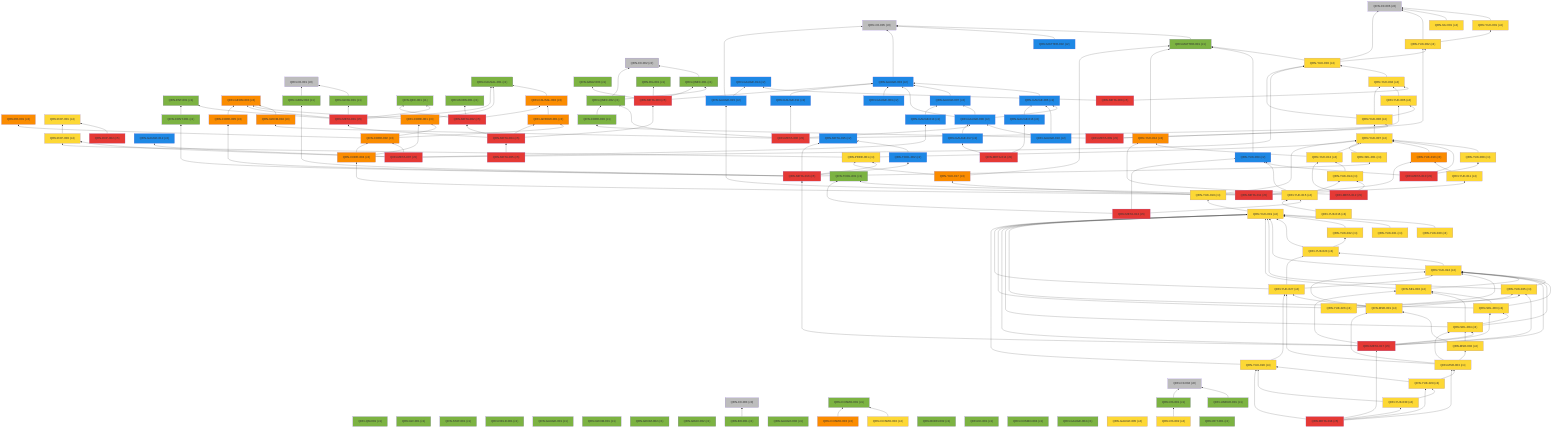
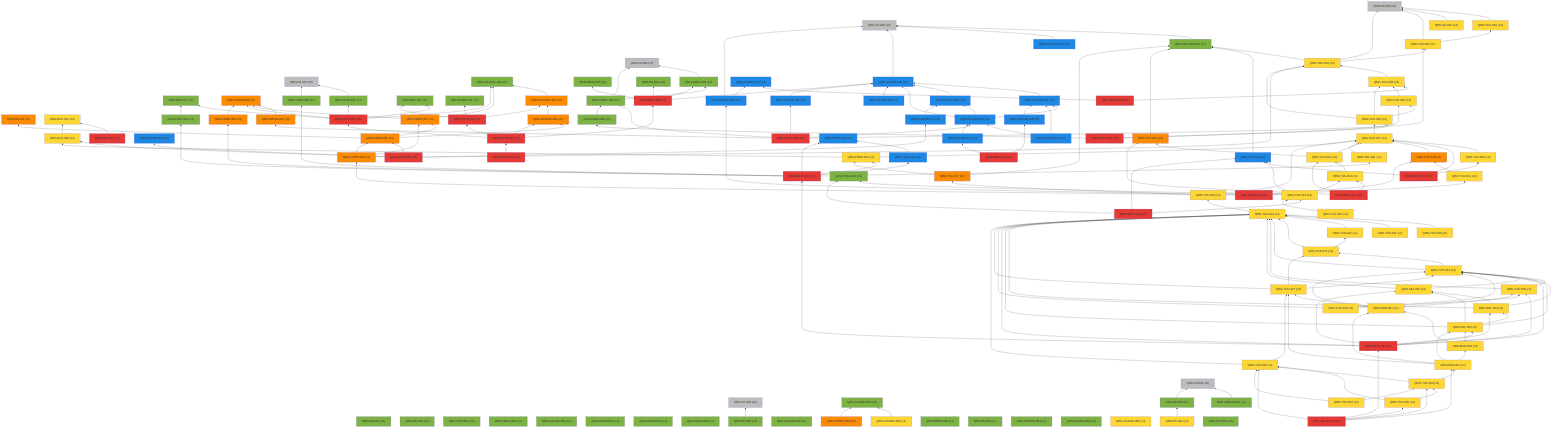
%% 自動生成 (dag/report.pl) — QRN 主張依存グラフ
graph BT
  QRN_C0_001["QRN-C0-001 (c0)"]:::c0
  QRN_C0_002["QRN-C0-002 (c0)"]:::c0
  QRN_C0_003["QRN-C0-003 (c0)"]:::c0
  QRN_C0_004["QRN-C0-004 (c0)"]:::c0
  QRN_C0_005["QRN-C0-005 (c0)"]:::c0
  QRN_C0_006["QRN-C0-006 (c0)"]:::c0
  QRN_QM_001["QRN-QM-001 (c1)"]:::c1
  QRN_GR_001["QRN-GR-001 (c1)"]:::c1
  QRN_STAT_001["QRN-STAT-001 (c1)"]:::c1
  QRN_FIELD_001["QRN-FIELD-001 (c1)"]:::c1
  QRN_GAUGE_001["QRN-GAUGE-001 (c1)"]:::c1
  QRN_ENT_001["QRN-ENT-001 (c1)"]:::c1
  QRN_GEOM_001["QRN-GEOM-001 (c1)"]:::c1
  QRN_GEOM_002["QRN-GEOM-002 (c1)"]:::c1
  QRN_GEOM_003["QRN-GEOM-003 (c3)"]:::c3
  QRN_GRAV_001["QRN-GRAV-001 (c1)"]:::c1
  QRN_GRAV_002["QRN-GRAV-002 (c1)"]:::c1
  QRN_BH_001["QRN-BH-001 (c1)"]:::c1
  QRN_CAUSAL_001["QRN-CAUSAL-001 (c1)"]:::c1
  QRN_CAUSAL_002["QRN-CAUSAL-002 (c3)"]:::c3
  QRN_ER_001["QRN-ER-001 (c3)"]:::c3
  QRN_QEC_001["QRN-QEC-001 (c1)"]:::c1
  QRN_GAUGE_002["QRN-GAUGE-002 (c1)"]:::c1
  QRN_COSMO_001["QRN-COSMO-001 (c1)"]:::c1
  QRN_COSMO_002["QRN-COSMO-002 (c4)"]:::c4
  QRN_COSMO_003["QRN-COSMO-003 (c3)"]:::c3
  QRN_BORN_001["QRN-BORN-001 (c1)"]:::c1
  QRN_BORN_002["QRN-BORN-002 (c1)"]:::c1
  QRN_GRAV_003["QRN-GRAV-003 (c1)"]:::c1
  QRN_KK_001["QRN-KK-001 (c1)"]:::c1
  QRN_MATTER_001["QRN-MATTER-001 (c1)"]:::c1
  QRN_MATTER_002["QRN-MATTER-002 (c2)"]:::c2
  QRN_COSMO_004["QRN-COSMO-004 (c1)"]:::c1
  QRN_EXP_001["QRN-EXP-001 (c4)"]:::c4
  QRN_GAUGE_003["QRN-GAUGE-003 (c2)"]:::c2
  QRN_GAUGE_004["QRN-GAUGE-004 (c1)"]:::c1
  QRN_GAUGE_005["QRN-GAUGE-005 (c4)"]:::c4
  QRN_YUK_001["QRN-YUK-001 (c4)"]:::c4
  QRN_RG_001["QRN-RG-001 (c1)"]:::c1
  QRN_UNRUH_001["QRN-UNRUH-001 (c1)"]:::c1
  QRN_QNEC_001["QRN-QNEC-001 (c1)"]:::c1
  QRN_NU_001["QRN-NU-001 (c4)"]:::c4
  QRN_GAUGE_006["QRN-GAUGE-006 (c2)"]:::c2
  QRN_DS_001["QRN-DS-001 (c1)"]:::c1
  QRN_DS_002["QRN-DS-002 (c4)"]:::c4
  QRN_ARROW_001["QRN-ARROW-001 (c3)"]:::c3
  QRN_GAUGE_007["QRN-GAUGE-007 (c2)"]:::c2
  QRN_EFT_001["QRN-EFT-001 (c1)"]:::c1
  QRN_GAUGE_008["QRN-GAUGE-008 (c2)"]:::c2
  QRN_GAUGE_009["QRN-GAUGE-009 (c2)"]:::c2
  QRN_GAUGE_010["QRN-GAUGE-010 (c2)"]:::c2
  QRN_QNEC_002["QRN-QNEC-002 (c1)"]:::c1
  QRN_GEOM_004["QRN-GEOM-004 (c3)"]:::c3
  QRN_YUK_002["QRN-YUK-002 (c4)"]:::c4
  QRN_EXP_002["QRN-EXP-002 (c5)"]:::c5
  QRN_CORE_001["QRN-CORE-001 (c3)"]:::c3
  QRN_GAUGE_011["QRN-GAUGE-011 (c2)"]:::c2
  QRN_GAUGE_012["QRN-GAUGE-012 (c2)"]:::c2
  QRN_YUK_003["QRN-YUK-003 (c4)"]:::c4
  QRN_EXP_003["QRN-EXP-003 (c4)"]:::c4
  QRN_CORE_002["QRN-CORE-002 (c3)"]:::c3
  QRN_GAUGE_013["QRN-GAUGE-013 (c2)"]:::c2
  QRN_YUK_004["QRN-YUK-004 (c4)"]:::c4
  QRN_GAUGE_014["QRN-GAUGE-014 (c2)"]:::c2
  QRN_META_001["QRN-META-001 (c5)"]:::c5
  QRN_META_002["QRN-META-002 (c5)"]:::c5
  QRN_META_003["QRN-META-003 (c5)"]:::c5
  QRN_META_004["QRN-META-004 (c5)"]:::c5
  QRN_META_005["QRN-META-005 (c5)"]:::c5
  QRN_META_006["QRN-META-006 (c5)"]:::c5
  QRN_META_007["QRN-META-007 (c5)"]:::c5
  QRN_META_008["QRN-META-008 (c5)"]:::c5
  QRN_YUK_005["QRN-YUK-005 (c4)"]:::c4
  QRN_YUK_006["QRN-YUK-006 (c4)"]:::c4
  QRN_CORE_003["QRN-CORE-003 (c1)"]:::c1
  QRN_META_009["QRN-META-009 (c5)"]:::c5
  QRN_YUK_007["QRN-YUK-007 (c4)"]:::c4
  QRN_YUK_008["QRN-YUK-008 (c4)"]:::c4
  QRN_YUK_009["QRN-YUK-009 (c2)"]:::c2
  QRN_META_010["QRN-META-010 (c5)"]:::c5
  QRN_GAUGE_015["QRN-GAUGE-015 (c2)"]:::c2
  QRN_YUK_010["QRN-YUK-010 (c3)"]:::c3
  QRN_YUK_011["QRN-YUK-011 (c4)"]:::c4
  QRN_CORE_004["QRN-CORE-004 (c3)"]:::c3
  QRN_META_011["QRN-META-011 (c5)"]:::c5
  QRN_YUK_012["QRN-YUK-012 (c3)"]:::c3
  QRN_YUK_013["QRN-YUK-013 (c4)"]:::c4
  QRN_YUK_014["QRN-YUK-014 (c4)"]:::c4
  QRN_META_012["QRN-META-012 (c5)"]:::c5
  QRN_TOOL_001["QRN-TOOL-001 (c1)"]:::c1
  QRN_YUK_015["QRN-YUK-015 (c4)"]:::c4
  QRN_META_013["QRN-META-013 (c5)"]:::c5
  QRN_GAUGE_016["QRN-GAUGE-016 (c2)"]:::c2
  QRN_GAUGE_017["QRN-GAUGE-017 (c2)"]:::c2
  QRN_META_014["QRN-META-014 (c5)"]:::c5
  QRN_META_015["QRN-META-015 (c2)"]:::c2
  QRN_TOOL_002["QRN-TOOL-002 (c2)"]:::c2
  QRN_CORE_005["QRN-CORE-005 (c3)"]:::c3
  QRN_CONT_001["QRN-CONT-001 (c1)"]:::c1
  QRN_SEL_001["QRN-SEL-001 (c4)"]:::c4
  QRN_GRAV_004["QRN-GRAV-004 (c1)"]:::c1
  QRN_PRED_001["QRN-PRED-001 (c4)"]:::c4
  QRN_META_016["QRN-META-016 (c5)"]:::c5
  QRN_YUK_016["QRN-YUK-016 (c4)"]:::c4
  QRN_YUK_017["QRN-YUK-017 (c3)"]:::c3
  QRN_YUK_018["QRN-YUK-018 (c4)"]:::c4
  QRN_YUK_019["QRN-YUK-019 (c4)"]:::c4
  QRN_YUK_020["QRN-YUK-020 (c4)"]:::c4
  QRN_YUK_021["QRN-YUK-021 (c4)"]:::c4
  QRN_YUK_022["QRN-YUK-022 (c4)"]:::c4
  QRN_YUK_023["QRN-YUK-023 (c4)"]:::c4
  QRN_YUK_024["QRN-YUK-024 (c4)"]:::c4
  QRN_YUK_025["QRN-YUK-025 (c4)"]:::c4
  QRN_SEL_002["QRN-SEL-002 (c4)"]:::c4
  QRN_SEL_003["QRN-SEL-003 (c4)"]:::c4
  QRN_SEL_004["QRN-SEL-004 (c4)"]:::c4
  QRN_META_017["QRN-META-017 (c5)"]:::c5
  QRN_YUK_026["QRN-YUK-026 (c4)"]:::c4
  QRN_YUK_027["QRN-YUK-027 (c4)"]:::c4
  QRN_MSR_001["QRN-MSR-001 (c4)"]:::c4
  QRN_MSR_002["QRN-MSR-002 (c4)"]:::c4
  QRN_MSR_003["QRN-MSR-003 (c4)"]:::c4
  QRN_YUK_028["QRN-YUK-028 (c4)"]:::c4
  QRN_YUK_029["QRN-YUK-029 (c4)"]:::c4
  QRN_YUK_030["QRN-YUK-030 (c4)"]:::c4
  QRN_META_018["QRN-META-018 (c5)"]:::c5
+   QRN_YUK_031["QRN-YUK-031 (c4)"]:::c4
  QRN_GRAV_001 --> QRN_C0_001
  QRN_BH_001 --> QRN_C0_003
  QRN_CAUSAL_002 --> QRN_CAUSAL_001
  QRN_COSMO_002 --> QRN_COSMO_001
  QRN_COSMO_003 --> QRN_COSMO_001
  QRN_MATTER_001 --> QRN_C0_005
  QRN_MATTER_002 --> QRN_C0_005
  QRN_GAUGE_003 --> QRN_C0_005
  QRN_YUK_001 --> QRN_C0_006
  QRN_UNRUH_001 --> QRN_C0_004
  QRN_QNEC_001 --> QRN_C0_002
  QRN_NU_001 --> QRN_C0_006
  QRN_GAUGE_006 --> QRN_GAUGE_003
  QRN_DS_001 --> QRN_C0_004
  QRN_DS_002 --> QRN_DS_001
  QRN_ARROW_001 --> QRN_CAUSAL_002
  QRN_GAUGE_007 --> QRN_GAUGE_003
  QRN_GAUGE_008 --> QRN_GAUGE_003
  QRN_GAUGE_008 --> QRN_GAUGE_006
  QRN_GAUGE_008 --> QRN_GAUGE_007
  QRN_GAUGE_009 --> QRN_GAUGE_003
  QRN_GAUGE_010 --> QRN_GAUGE_006
  QRN_GAUGE_010 --> QRN_GAUGE_008
  QRN_QNEC_002 --> QRN_C0_002
  QRN_QNEC_002 --> QRN_QNEC_001
  QRN_GEOM_004 --> QRN_GEOM_003
  QRN_YUK_002 --> QRN_C0_006
  QRN_YUK_002 --> QRN_YUK_001
  QRN_EXP_002 --> QRN_EXP_001
  QRN_CORE_001 --> QRN_GEOM_003
  QRN_CORE_001 --> QRN_CAUSAL_001
  QRN_GAUGE_011 --> QRN_GAUGE_003
  QRN_YUK_003 --> QRN_C0_006
  QRN_YUK_003 --> QRN_MATTER_001
  QRN_YUK_003 --> QRN_YUK_002
  QRN_EXP_003 --> QRN_EXP_001
  QRN_CORE_002 --> QRN_CORE_001
  QRN_CORE_002 --> QRN_ER_001
  QRN_CORE_002 --> QRN_ARROW_001
  QRN_GAUGE_013 --> QRN_GAUGE_007
  QRN_YUK_004 --> QRN_YUK_003
  QRN_META_001 --> QRN_GEOM_003
  QRN_META_001 --> QRN_GRAV_001
  QRN_META_001 --> QRN_CAUSAL_001
  QRN_META_001 --> QRN_QEC_001
  QRN_META_001 --> QRN_ENT_001
  QRN_META_002 --> QRN_QEC_001
  QRN_META_002 --> QRN_BORN_001
  QRN_META_002 --> QRN_CAUSAL_002
  QRN_META_003 --> QRN_GAUGE_003
  QRN_META_003 --> QRN_RG_001
  QRN_META_003 --> QRN_QNEC_001
  QRN_META_003 --> QRN_GRAV_003
  QRN_META_004 --> QRN_META_001
  QRN_META_004 --> QRN_META_002
  QRN_META_004 --> QRN_META_003
  QRN_META_004 --> QRN_ARROW_001
  QRN_META_005 --> QRN_META_004
  QRN_META_006 --> QRN_GAUGE_008
  QRN_META_006 --> QRN_QNEC_002
  QRN_META_006 --> QRN_GEOM_004
  QRN_META_006 --> QRN_YUK_002
  QRN_META_006 --> QRN_GAUGE_011
  QRN_META_007 --> QRN_GAUGE_012
  QRN_META_007 --> QRN_YUK_003
  QRN_META_007 --> QRN_EXP_003
  QRN_META_007 --> QRN_CORE_002
  QRN_META_007 --> QRN_GAUGE_013
  QRN_META_008 --> QRN_YUK_004
  QRN_META_008 --> QRN_GAUGE_014
  QRN_YUK_005 --> QRN_YUK_004
  QRN_YUK_006 --> QRN_YUK_003
  QRN_YUK_006 --> QRN_YUK_004
  QRN_YUK_006 --> QRN_YUK_005
  QRN_CORE_003 --> QRN_QNEC_002
  QRN_META_009 --> QRN_YUK_005
  QRN_META_009 --> QRN_YUK_006
  QRN_META_009 --> QRN_CORE_003
  QRN_YUK_007 --> QRN_YUK_006
  QRN_YUK_008 --> QRN_YUK_007
  QRN_YUK_009 --> QRN_MATTER_001
  QRN_META_010 --> QRN_YUK_007
  QRN_META_010 --> QRN_YUK_008
  QRN_META_010 --> QRN_YUK_009
  QRN_GAUGE_015 --> QRN_C0_005
  QRN_GAUGE_015 --> QRN_GAUGE_014
  QRN_YUK_010 --> QRN_YUK_007
  QRN_YUK_011 --> QRN_YUK_010
  QRN_CORE_004 --> QRN_CORE_001
  QRN_CORE_004 --> QRN_CORE_002
  QRN_META_011 --> QRN_GAUGE_015
  QRN_META_011 --> QRN_YUK_010
  QRN_META_011 --> QRN_YUK_011
  QRN_META_011 --> QRN_CORE_004
  QRN_YUK_012 --> QRN_MATTER_001
  QRN_YUK_013 --> QRN_YUK_012
  QRN_YUK_013 --> QRN_YUK_007
  QRN_YUK_014 --> QRN_YUK_013
  QRN_META_012 --> QRN_YUK_012
  QRN_META_012 --> QRN_YUK_013
  QRN_META_012 --> QRN_YUK_014
  QRN_YUK_015 --> QRN_YUK_014
  QRN_YUK_015 --> QRN_TOOL_001
  QRN_YUK_015 --> QRN_YUK_009
  QRN_META_013 --> QRN_YUK_015
  QRN_META_013 --> QRN_TOOL_001
  QRN_META_013 --> QRN_YUK_009
  QRN_GAUGE_016 --> QRN_GAUGE_006
  QRN_GAUGE_017 --> QRN_GAUGE_008
  QRN_META_014 --> QRN_GAUGE_016
  QRN_META_014 --> QRN_GAUGE_017
  QRN_TOOL_002 --> QRN_META_015
  QRN_CORE_005 --> QRN_GEOM_003
  QRN_CONT_001 --> QRN_ENT_001
  QRN_SEL_001 --> QRN_YUK_007
  QRN_GRAV_004 --> QRN_C0_001
  QRN_PRED_001 --> QRN_YUK_007
  QRN_PRED_001 --> QRN_EXP_003
  QRN_META_016 --> QRN_META_015
  QRN_META_016 --> QRN_TOOL_002
  QRN_META_016 --> QRN_CORE_005
  QRN_META_016 --> QRN_CONT_001
  QRN_META_016 --> QRN_SEL_001
  QRN_META_016 --> QRN_GRAV_004
  QRN_META_016 --> QRN_PRED_001
  QRN_YUK_016 --> QRN_YUK_015
  QRN_YUK_017 --> QRN_MATTER_001
  QRN_YUK_017 --> QRN_PRED_001
  QRN_YUK_018 --> QRN_YUK_017
  QRN_YUK_018 --> QRN_YUK_007
  QRN_YUK_019 --> QRN_YUK_018
  QRN_YUK_020 --> QRN_YUK_019
  QRN_YUK_021 --> QRN_YUK_019
  QRN_YUK_022 --> QRN_YUK_019
  QRN_YUK_023 --> QRN_YUK_019
  QRN_YUK_023 --> QRN_YUK_022
  QRN_YUK_024 --> QRN_YUK_019
  QRN_YUK_024 --> QRN_YUK_023
  QRN_YUK_025 --> QRN_YUK_019
  QRN_YUK_025 --> QRN_YUK_024
  QRN_SEL_002 --> QRN_YUK_019
  QRN_SEL_002 --> QRN_YUK_024
  QRN_SEL_003 --> QRN_YUK_019
  QRN_SEL_003 --> QRN_YUK_024
  QRN_SEL_003 --> QRN_SEL_002
  QRN_SEL_004 --> QRN_YUK_019
  QRN_SEL_004 --> QRN_YUK_024
  QRN_SEL_004 --> QRN_SEL_002
  QRN_SEL_004 --> QRN_SEL_003
  QRN_META_017 --> QRN_META_016
  QRN_META_017 --> QRN_YUK_019
  QRN_META_017 --> QRN_YUK_024
  QRN_META_017 --> QRN_YUK_025
  QRN_META_017 --> QRN_SEL_002
  QRN_META_017 --> QRN_SEL_003
  QRN_META_017 --> QRN_SEL_004
  QRN_YUK_026 --> QRN_YUK_019
  QRN_YUK_026 --> QRN_YUK_024
  QRN_YUK_026 --> QRN_YUK_025
  QRN_YUK_027 --> QRN_YUK_019
  QRN_YUK_027 --> QRN_YUK_023
  QRN_YUK_027 --> QRN_YUK_024
  QRN_MSR_001 --> QRN_YUK_024
  QRN_MSR_001 --> QRN_YUK_025
  QRN_MSR_001 --> QRN_YUK_027
  QRN_MSR_002 --> QRN_SEL_004
  QRN_MSR_002 --> QRN_MSR_001
  QRN_MSR_003 --> QRN_MSR_001
  QRN_MSR_003 --> QRN_MSR_002
  QRN_MSR_003 --> QRN_SEL_004
  QRN_MSR_003 --> QRN_YUK_027
  QRN_YUK_028 --> QRN_YUK_019
  QRN_YUK_028 --> QRN_YUK_027
  QRN_YUK_029 --> QRN_YUK_028
  QRN_YUK_029 --> QRN_MSR_003
  QRN_YUK_030 --> QRN_YUK_028
  QRN_YUK_030 --> QRN_YUK_029
  QRN_META_018 --> QRN_META_017
  QRN_META_018 --> QRN_MSR_003
  QRN_META_018 --> QRN_YUK_028
  QRN_META_018 --> QRN_YUK_029
  QRN_META_018 --> QRN_YUK_030
+   QRN_YUK_031 --> QRN_YUK_028
+   QRN_YUK_031 --> QRN_YUK_029
  classDef c0 fill:#bdbdbd
  classDef c1 fill:#7cb342
  classDef c2 fill:#1e88e5
  classDef c3 fill:#fb8c00
  classDef c4 fill:#fdd835
  classDef c5 fill:#e53935
